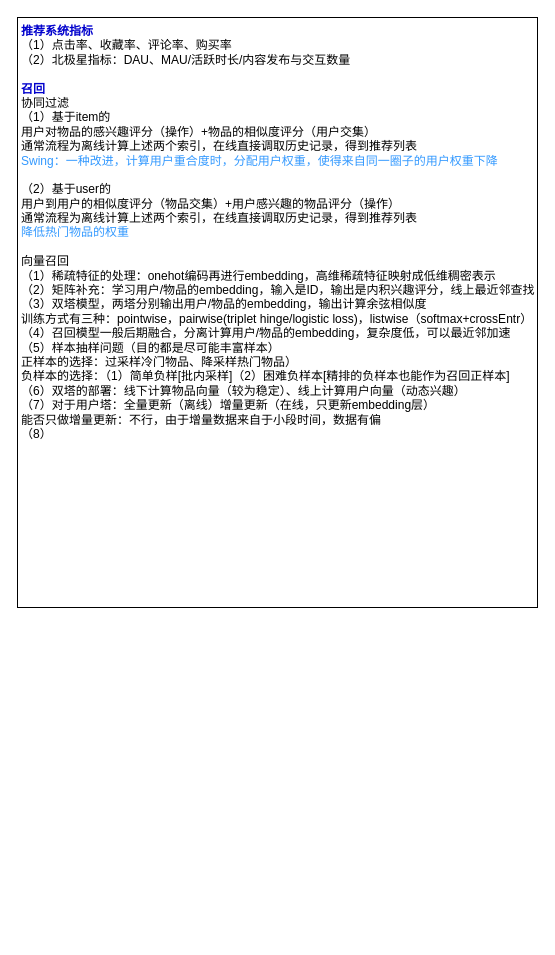
Above: 推荐学习笔记.drawio in limpid-11/drawio (draw.io), before the change. Source tidied: cells renumbered, new cells numbered last; positions are measured from the earlier drawing's top-left corner, leaving out a move shared by most shapes. Both pictures are drawn from the tidied source at 100%, with x=0, y=0 at pixel (17, 17).
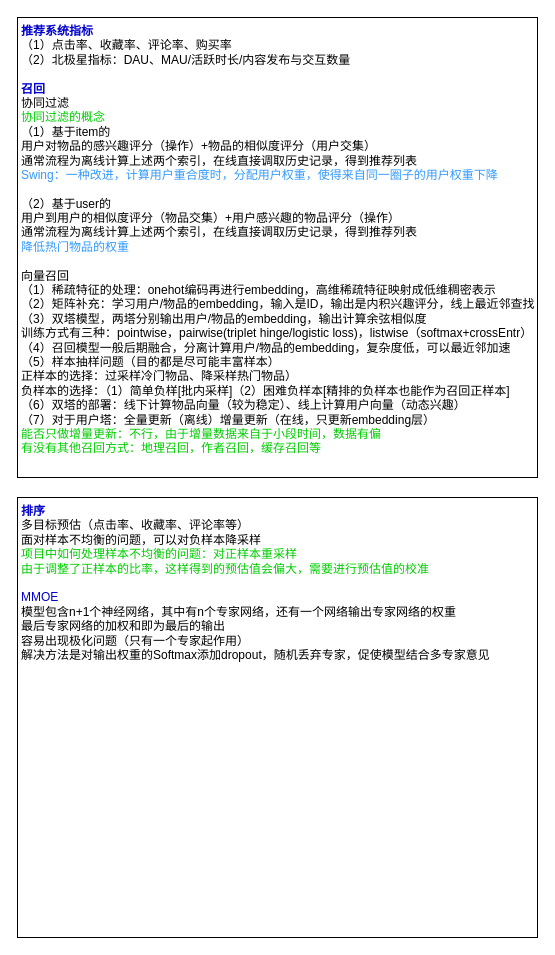
After the change.

Commit message:
更新推荐学习笔记.drawio

What changed in the source:
```diff
@@
 <mxGraphModel>
   <root>
     <mxCell id="0" />
     <mxCell id="1" parent="0" />
-    <mxCell id="2" value="&lt;font color=&quot;#0000cc&quot;&gt;&lt;b&gt;推荐系统指标&lt;/b&gt;&lt;/font&gt;&lt;div&gt;（1）点击率、收藏率、评论率、购买率&lt;/div&gt;&lt;div&gt;（2）北极星指标：DAU、MAU/活跃时长/内容发布与交互数量&lt;/div&gt;&lt;div&gt;&lt;br&gt;&lt;/div&gt;&lt;div&gt;&lt;font color=&quot;#0000cc&quot;&gt;&lt;b&gt;召回&lt;/b&gt;&lt;/font&gt;&lt;/div&gt;&lt;div&gt;协同过滤&lt;/div&gt;&lt;div&gt;（1）基于item的&lt;/div&gt;&lt;div&gt;用户对物品的感兴趣评分（操作）+物品的相似度评分（用户交集）&lt;/div&gt;&lt;div&gt;通常流程为离线计算上述两个索引，在线直接调取历史记录，得到推荐列表&lt;/div&gt;&lt;div&gt;&lt;font color=&quot;#3399ff&quot;&gt;Swing：一种改进，计算用户重合度时，分配用户权重，使得来自同一圈子的用户权重下降&lt;/font&gt;&lt;/div&gt;&lt;div&gt;&lt;br&gt;&lt;/div&gt;&lt;div&gt;（2）基于user的&lt;/div&gt;&lt;div&gt;用户到用户的相似度评分（物品交集）+用户感兴趣的物品评分（操作）&lt;/div&gt;&lt;div&gt;通常流程为离线计算上述两个索引，在线直接调取历史记录，得到推荐列表&lt;br&gt;&lt;/div&gt;&lt;div&gt;&lt;font color=&quot;#3399ff&quot;&gt;降低热门物品的权重&lt;/font&gt;&lt;/div&gt;&lt;div&gt;&lt;br&gt;&lt;/div&gt;&lt;div&gt;向量召回&lt;/div&gt;&lt;div&gt;（1）稀疏特征的处理：onehot编码再进行embedding，高维稀疏特征映射成低维稠密表示&lt;/div&gt;&lt;div&gt;（2）矩阵补充：学习用户/物品的embedding，输入是ID，输出是内积兴趣评分，线上最近邻查找&lt;/div&gt;&lt;div&gt;（3）双塔模型，两塔分别输出用户/物品的embedding，输出计算余弦相似度&lt;/div&gt;&lt;div&gt;训练方式有三种：pointwise，pairwise(triplet hinge/logistic loss)，listwise（softmax+crossEntr）&lt;/div&gt;&lt;div&gt;（4）召回模型一般后期融合，分离计算用户/物品的embedding，复杂度低，可以最近邻加速&lt;/div&gt;&lt;div&gt;（5）样本抽样问题（目的都是尽可能丰富样本）&lt;/div&gt;&lt;div&gt;正样本的选择：过采样冷门物品、降采样热门物品）&lt;/div&gt;&lt;div&gt;负样本的选择：&lt;span style=&quot;background-color: initial;&quot;&gt;（1）简单负样[批内采样]（2）困难负样本[精排的负样本也能作为召回正样本]&lt;/span&gt;&lt;/div&gt;&lt;div&gt;&lt;span style=&quot;background-color: initial;&quot;&gt;（6）双塔的部署：线下计算物品向量（较为稳定）、线上计算用户向量（动态兴趣）&lt;/span&gt;&lt;/div&gt;&lt;div&gt;&lt;span style=&quot;background-color: initial;&quot;&gt;（7）对于用户塔：全量更新（离线）增量更新（在线，只更新embedding层）&lt;/span&gt;&lt;/div&gt;&lt;div&gt;&lt;span style=&quot;background-color: initial;&quot;&gt;能否只做增量更新：不行，由于增量数据来自于小段时间，数据有偏&lt;/span&gt;&lt;/div&gt;&lt;div&gt;&lt;span style=&quot;background-color: initial;&quot;&gt;（8）&lt;/span&gt;&lt;/div&gt;&lt;div&gt;&lt;span style=&quot;background-color: initial;&quot;&gt;&lt;br&gt;&lt;/span&gt;&lt;/div&gt;&lt;div&gt;&lt;br&gt;&lt;/div&gt;" style="rounded=0;whiteSpace=wrap;html=1;align=left;verticalAlign=top;spacingLeft=2;" parent="1" vertex="1">
-      <mxGeometry width="520" height="590" as="geometry" />
+    <mxCell id="2" value="&lt;font color=&quot;#0000cc&quot;&gt;&lt;b&gt;推荐系统指标&lt;/b&gt;&lt;/font&gt;&lt;div&gt;（1）点击率、收藏率、评论率、购买率&lt;/div&gt;&lt;div&gt;（2）北极星指标：DAU、MAU/活跃时长/内容发布与交互数量&lt;/div&gt;&lt;div&gt;&lt;br&gt;&lt;/div&gt;&lt;div&gt;&lt;font color=&quot;#0000cc&quot;&gt;&lt;b&gt;召回&lt;/b&gt;&lt;/font&gt;&lt;/div&gt;&lt;div&gt;协同过滤&lt;/div&gt;&lt;div&gt;&lt;font color=&quot;#00cc00&quot;&gt;协同过滤的概念&lt;/font&gt;&lt;/div&gt;&lt;div&gt;（1）基于item的&lt;/div&gt;&lt;div&gt;用户对物品的感兴趣评分（操作）+物品的相似度评分（用户交集）&lt;/div&gt;&lt;div&gt;通常流程为离线计算上述两个索引，在线直接调取历史记录，得到推荐列表&lt;/div&gt;&lt;div&gt;&lt;font color=&quot;#3399ff&quot;&gt;Swing：一种改进，计算用户重合度时，分配用户权重，使得来自同一圈子的用户权重下降&lt;/font&gt;&lt;/div&gt;&lt;div&gt;&lt;br&gt;&lt;/div&gt;&lt;div&gt;（2）基于user的&lt;/div&gt;&lt;div&gt;用户到用户的相似度评分（物品交集）+用户感兴趣的物品评分（操作）&lt;/div&gt;&lt;div&gt;通常流程为离线计算上述两个索引，在线直接调取历史记录，得到推荐列表&lt;br&gt;&lt;/div&gt;&lt;div&gt;&lt;font color=&quot;#3399ff&quot;&gt;降低热门物品的权重&lt;/font&gt;&lt;/div&gt;&lt;div&gt;&lt;br&gt;&lt;/div&gt;&lt;div&gt;向量召回&lt;/div&gt;&lt;div&gt;（1）稀疏特征的处理：onehot编码再进行embedding，高维稀疏特征映射成低维稠密表示&lt;/div&gt;&lt;div&gt;（2）矩阵补充：学习用户/物品的embedding，输入是ID，输出是内积兴趣评分，线上最近邻查找&lt;/div&gt;&lt;div&gt;（3）双塔模型，两塔分别输出用户/物品的embedding，输出计算余弦相似度&lt;/div&gt;&lt;div&gt;训练方式有三种：pointwise，pairwise(triplet hinge/logistic loss)，listwise（softmax+crossEntr）&lt;/div&gt;&lt;div&gt;（4）召回模型一般后期融合，分离计算用户/物品的embedding，复杂度低，可以最近邻加速&lt;/div&gt;&lt;div&gt;（5）样本抽样问题（目的都是尽可能丰富样本）&lt;/div&gt;&lt;div&gt;正样本的选择：过采样冷门物品、降采样热门物品）&lt;/div&gt;&lt;div&gt;负样本的选择：&lt;span style=&quot;background-color: initial;&quot;&gt;（1）简单负样[批内采样]（2）困难负样本[精排的负样本也能作为召回正样本]&lt;/span&gt;&lt;/div&gt;&lt;div&gt;&lt;span style=&quot;background-color: initial;&quot;&gt;（6）双塔的部署：线下计算物品向量（较为稳定）、线上计算用户向量（动态兴趣）&lt;/span&gt;&lt;/div&gt;&lt;div&gt;&lt;span style=&quot;background-color: initial;&quot;&gt;（7）对于用户塔：全量更新（离线）增量更新（在线，只更新embedding层）&lt;/span&gt;&lt;/div&gt;&lt;div&gt;&lt;span style=&quot;background-color: initial;&quot;&gt;&lt;font color=&quot;#00cc00&quot;&gt;能否只做增量更新：不行，由于增量数据来自于小段时间，数据有偏&lt;/font&gt;&lt;/span&gt;&lt;/div&gt;&lt;div&gt;&lt;span style=&quot;background-color: initial;&quot;&gt;&lt;font color=&quot;#00cc00&quot;&gt;有没有其他召回方式：地理召回，作者召回，缓存召回等&lt;/font&gt;&lt;/span&gt;&lt;/div&gt;&lt;div&gt;&lt;span style=&quot;background-color: initial;&quot;&gt;&lt;font color=&quot;#00cc00&quot;&gt;&lt;br&gt;&lt;/font&gt;&lt;/span&gt;&lt;/div&gt;&lt;div&gt;&lt;span style=&quot;background-color: initial;&quot;&gt;&lt;font color=&quot;#ff3333&quot;&gt;&lt;br&gt;&lt;/font&gt;&lt;/span&gt;&lt;/div&gt;&lt;div&gt;&lt;span style=&quot;background-color: initial;&quot;&gt;&lt;br&gt;&lt;/span&gt;&lt;/div&gt;&lt;div&gt;&lt;br&gt;&lt;/div&gt;" style="rounded=0;whiteSpace=wrap;html=1;align=left;verticalAlign=top;spacingLeft=2;" parent="1" vertex="1">
+      <mxGeometry width="520" height="460" as="geometry" />
     </mxCell>
+    <mxCell id="3" value="&lt;div&gt;&lt;font color=&quot;#0000cc&quot;&gt;&lt;b&gt;排序&lt;/b&gt;&lt;/font&gt;&lt;/div&gt;&lt;div&gt;多目标预估（点击率、收藏率、评论率等）&lt;/div&gt;&lt;div&gt;面对样本不均衡的问题，可以对负样本降采样&lt;/div&gt;&lt;div&gt;&lt;font color=&quot;#00cc00&quot;&gt;项目中如何处理样本不均衡的问题：对正样本重采样&lt;/font&gt;&lt;/div&gt;&lt;div&gt;&lt;font color=&quot;#00cc00&quot;&gt;由于调整了正样本的比率，这样得到的预估值会偏大，需要进行预估值的校准&lt;/font&gt;&lt;/div&gt;&lt;div&gt;&lt;br&gt;&lt;/div&gt;&lt;div&gt;&lt;font color=&quot;#0000cc&quot;&gt;MMOE&lt;/font&gt;&lt;/div&gt;&lt;div&gt;模型包含n+1个神经网络，其中有n个专家网络，还有一个网络输出专家网络的权重&lt;/div&gt;&lt;div&gt;最后专家网络的加权和即为最后的输出&lt;/div&gt;&lt;div&gt;容易出现极化问题（只有一个专家起作用）&lt;/div&gt;&lt;div&gt;解决方法是对输出权重的Softmax添加dropout，随机丢弃专家，促使模型结合多专家意见&lt;/div&gt;&lt;div&gt;&lt;br&gt;&lt;/div&gt;" style="rounded=0;whiteSpace=wrap;html=1;align=left;verticalAlign=top;spacingLeft=2;" parent="1" vertex="1">
+      <mxGeometry y="480" width="520" height="440" as="geometry" />
+    </mxCell>
   </root>
 </mxGraphModel>
```
